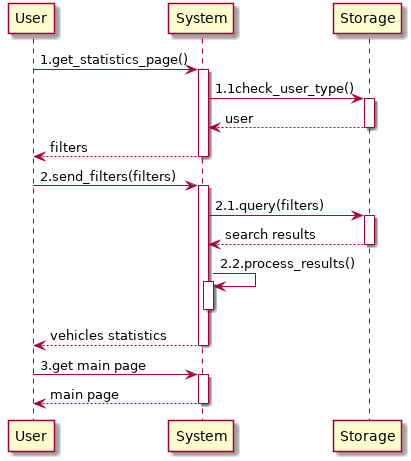
GiorgioUghini/SafeStreets keeps this PlantUML diagram as RASD/images/useCases/information_mining_vehicle.png. Above is the earlier version.
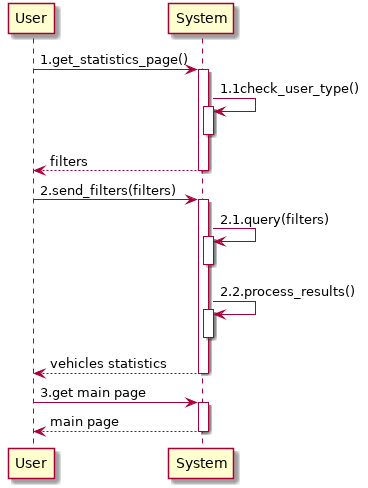
The same diagram one commit later.

The edit, as a diff of the source:
```diff
@@ -1,17 +1,16 @@
 @startuml information_mining_vehicle
     participant User as U
     participant System as S
-    participant Storage as ST
 
     autoactivate on
 
     U -> S: 1.get_statistics_page()
-    S -> ST: 1.1check_user_type()
-    return user
+    S -> S: 1.1check_user_type()
+    deactivate S
     return filters
     U -> S: 2.send_filters(filters)
-    S -> ST: 2.1.query(filters)
-    return search results
+    S -> S: 2.1.query(filters)
+    deactivate S
     S -> S: 2.2.process_results()
     deactivate S
     return vehicles statistics
```
